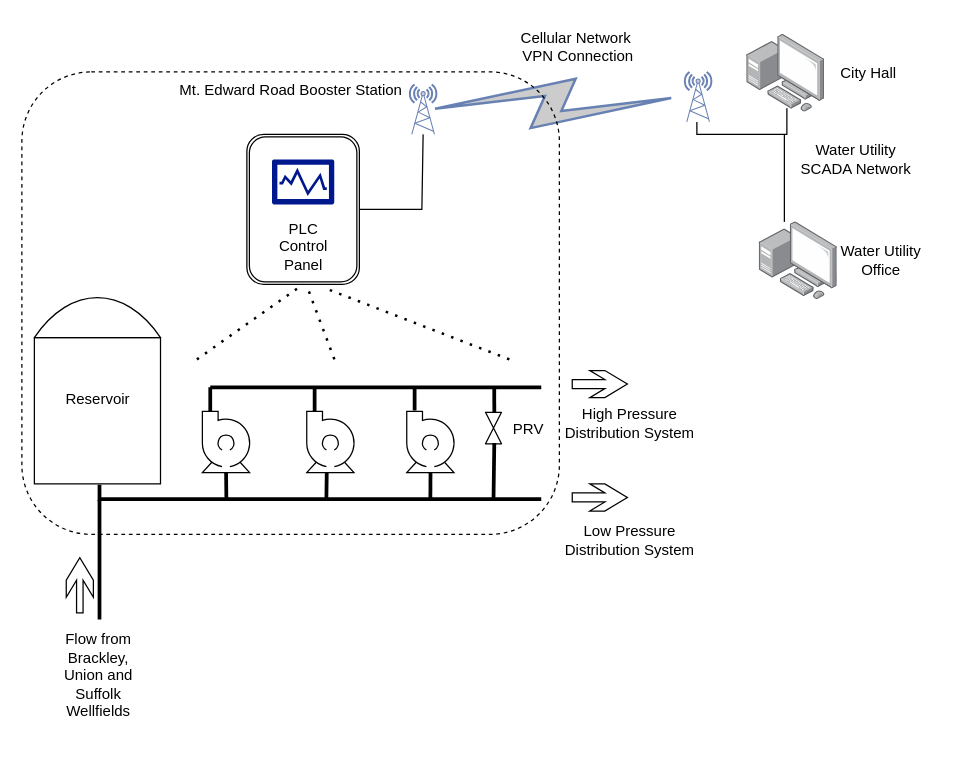
Above: page "Block Diagram" (2 of 2) of J512-33 Mt Edward Rd Diagram.drawio in jimcampbell/hello-world (draw.io), before the change. Source tidied: cells renumbered, new cells numbered last; positions are measured from the earlier drawing's top-left corner, leaving out a move shared by most shapes. Both pictures are drawn from the tidied source at 125%, with x=0, y=0 at pixel (21, 21).
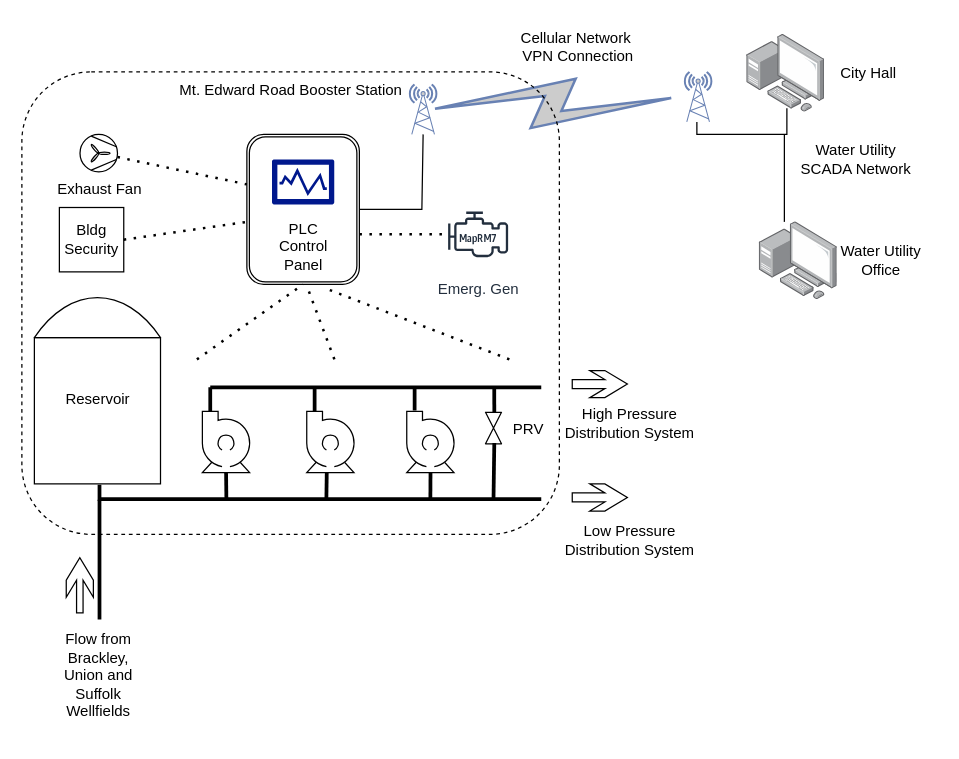
After the change.

The change refers to these unchanged cells:
```xml
<mxCell id="46" style="rounded=1;whiteSpace=wrap;html=1;dashed=1;fillColor=none;" parent="1" vertex="1">
  <mxGeometry y="40" width="430" height="370" as="geometry" />
</mxCell>
```

What changed in the source:
```diff
@@
+    <mxCell id="48" value="Emerg. Gen" style="sketch=0;fontColor=#232F3E;gradientColor=none;strokeColor=#232F3E;fillColor=#ffffff;dashed=0;verticalLabelPosition=bottom;verticalAlign=top;align=center;html=1;fontSize=12;fontStyle=0;shape=mxgraph.aws4.resourceIcon;resIcon=mxgraph.aws4.emr_engine_mapr_m7;" parent="1" vertex="1">
+      <mxGeometry x="335" y="140" width="60" height="60" as="geometry" />
+    </mxCell>
+    <mxCell id="49" style="endArrow=none;dashed=1;html=1;dashPattern=1 3;strokeWidth=2;rounded=0;exitX=0.628;exitY=0.351;exitDx=0;exitDy=0;exitPerimeter=0;" parent="1" edge="1" source="46">
+      <mxGeometry relative="1" as="geometry">
+        <mxPoint x="340" y="170" as="targetPoint" />
+      </mxGeometry>
+    </mxCell>
+    <mxCell id="50" value="Exhaust Fan" style="verticalLabelPosition=bottom;outlineConnect=0;align=center;dashed=0;html=1;verticalAlign=top;shape=mxgraph.pid2misc.fan;fanType=common;" parent="1" vertex="1">
+      <mxGeometry x="46.5" y="90" width="30" height="30" as="geometry" />
+    </mxCell>
+    <mxCell id="51" value="Bldg&lt;div&gt;Security&lt;/div&gt;" style="whiteSpace=wrap;html=1;" parent="1" vertex="1">
+      <mxGeometry x="30" y="148.5" width="51.5" height="51.5" as="geometry" />
+    </mxCell>
+    <mxCell id="52" style="endArrow=none;dashed=1;html=1;dashPattern=1 3;strokeWidth=2;rounded=0;" parent="1" edge="1" source="50">
+      <mxGeometry relative="1" as="geometry">
+        <mxPoint x="180" y="130" as="targetPoint" />
+      </mxGeometry>
+    </mxCell>
+    <mxCell id="53" style="endArrow=none;dashed=1;html=1;dashPattern=1 3;strokeWidth=2;rounded=0;exitX=1;exitY=0.5;exitDx=0;exitDy=0;" parent="1" edge="1" source="51">
+      <mxGeometry relative="1" as="geometry">
+        <mxPoint x="180" y="160" as="targetPoint" />
+      </mxGeometry>
+    </mxCell>
```
